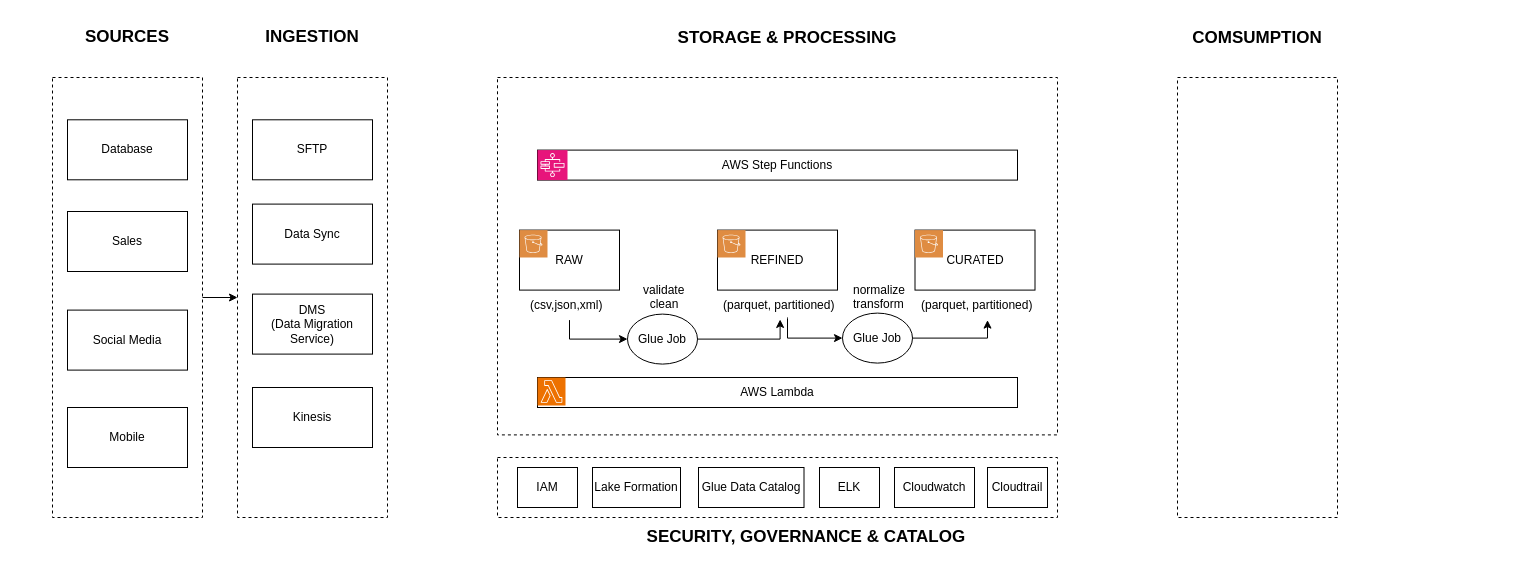
magantivenkat/draw.io keeps this draw.io diagram as page "DL2 Architecture" (1 of 8) of Sanlam-POC-Architecture.drawio. Above is the earlier version. Source tidied: cells renumbered, new cells numbered last; positions are measured from the earlier drawing's top-left corner, leaving out a move shared by most shapes. Both pictures are drawn from the tidied source at 100%, with x=0, y=0 at pixel (17, 17).
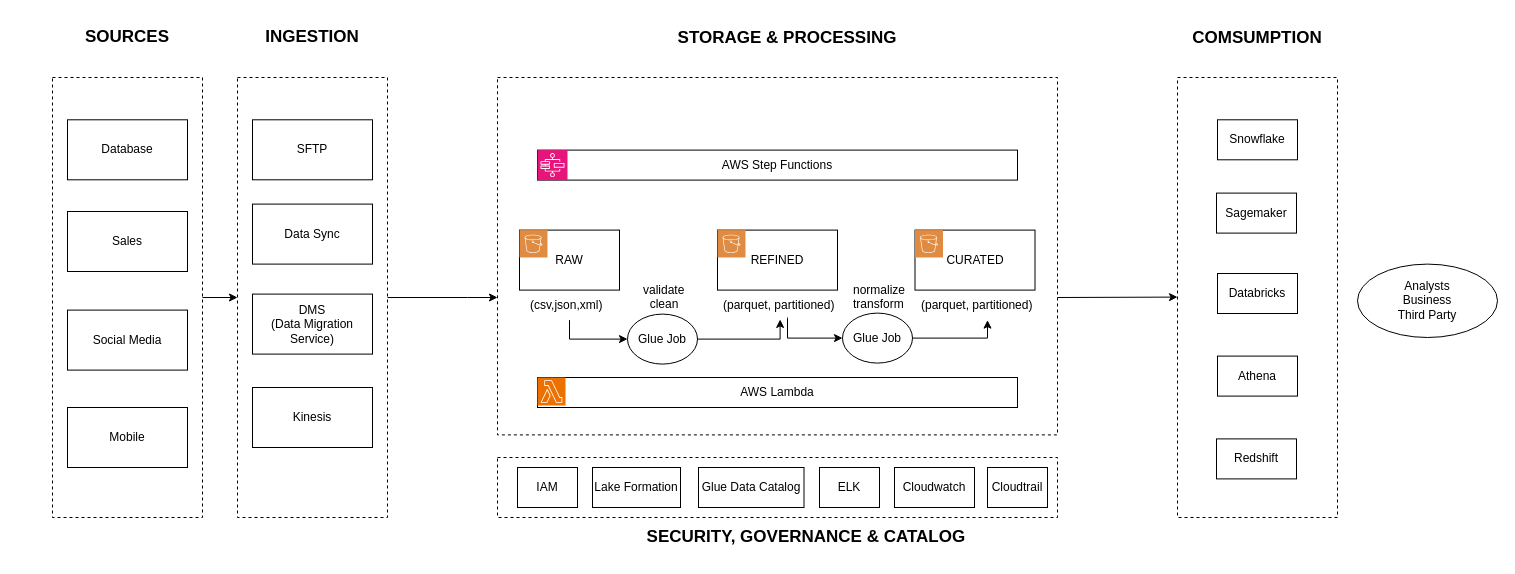
The same page after the edit.

The change refers to these unchanged cells:
```xml
<mxCell id="2" style="rounded=0;whiteSpace=wrap;html=1;fillColor=none;dashed=1;" parent="1" vertex="1">
  <mxGeometry x="480" y="60" width="560" height="357.4" as="geometry" />
</mxCell>
<mxCell id="10" style="rounded=0;whiteSpace=wrap;html=1;fillColor=none;dashed=1;" parent="1" vertex="1">
  <mxGeometry x="220" y="60" width="150" height="440" as="geometry" />
</mxCell>
```

Change to the diagram source:
```diff
@@
+    <mxCell id="48" style="edgeStyle=orthogonalEdgeStyle;rounded=0;jettySize=auto;html=1;" parent="1" edge="1" source="10" target="2">
+      <mxGeometry relative="1" as="geometry">
+        <Array as="points">
+          <mxPoint x="450" y="280" />
+          <mxPoint x="450" y="280" />
+        </Array>
+      </mxGeometry>
+    </mxCell>
@@
+    <mxCell id="49" style="endArrow=classic;html=1;rounded=0;entryX=-0.023;entryY=0.432;entryDx=0;entryDy=0;entryPerimeter=0;" parent="1" edge="1">
+      <mxGeometry relative="1" as="geometry">
+        <mxPoint x="1040" y="280" as="sourcePoint" />
+        <mxPoint x="1160" y="279.6" as="targetPoint" />
+      </mxGeometry>
+    </mxCell>
+    <mxCell id="50" value="Snowflake" style="rounded=0;whiteSpace=wrap;html=1;" parent="1" vertex="1">
+      <mxGeometry x="1200" y="102.3" width="80" height="40" as="geometry" />
+    </mxCell>
+    <mxCell id="51" value="Sagemaker" style="rounded=0;whiteSpace=wrap;html=1;" parent="1" vertex="1">
+      <mxGeometry x="1199" y="175.6" width="80" height="40" as="geometry" />
+    </mxCell>
+    <mxCell id="52" value="Databricks" style="rounded=0;whiteSpace=wrap;html=1;" parent="1" vertex="1">
+      <mxGeometry x="1200" y="256" width="80" height="40" as="geometry" />
+    </mxCell>
+    <mxCell id="53" value="Athena" style="rounded=0;whiteSpace=wrap;html=1;" parent="1" vertex="1">
+      <mxGeometry x="1200" y="338.6" width="80" height="40" as="geometry" />
+    </mxCell>
+    <mxCell id="54" value="Redshift" style="rounded=0;whiteSpace=wrap;html=1;" parent="1" vertex="1">
+      <mxGeometry x="1199" y="421.4" width="80" height="40" as="geometry" />
+    </mxCell>
+    <mxCell id="55" value="Analysts&lt;div&gt;Business&lt;/div&gt;&lt;div&gt;Third Party&lt;/div&gt;" style="ellipse;whiteSpace=wrap;html=1;" parent="1" vertex="1">
+      <mxGeometry x="1340" y="246.6" width="140" height="73.4" as="geometry" />
+    </mxCell>
```
